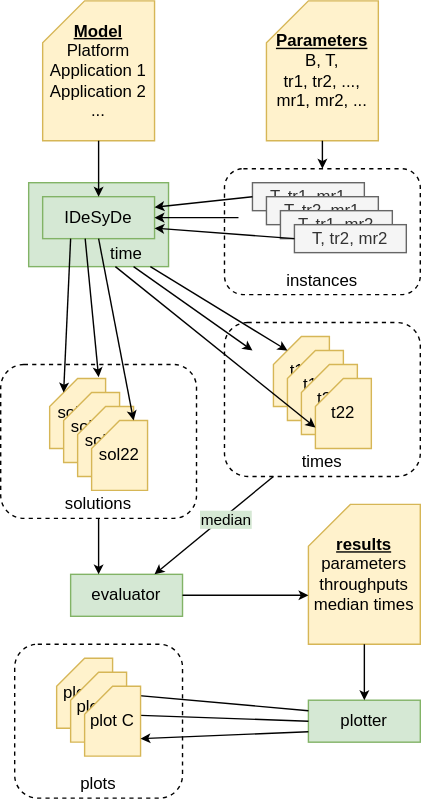
This is figures/drawio/setup.svg from notanumber-sys/Effects-of-Design-Space-Discretization, a draw.io export, as it was before one commit. Source tidied: cells renumbered, new cells last; positions are measured from the earlier drawing's top-left corner, leaving out a move shared by most shapes. Source of this version:
```xml
<mxGraphModel>
  <root>
    <mxCell id="0" />
    <mxCell id="1" parent="0" />
    <mxCell id="2" style="rounded=1;whiteSpace=wrap;html=1;labelBackgroundColor=none;dashed=1;fillColor=none;" parent="1" vertex="1">
      <mxGeometry x="10" y="460" width="120" height="110" as="geometry" />
    </mxCell>
    <mxCell id="3" style="rounded=1;whiteSpace=wrap;html=1;labelBackgroundColor=none;dashed=1;fillColor=none;" parent="1" vertex="1">
      <mxGeometry x="160" y="230" width="140" height="110" as="geometry" />
    </mxCell>
    <mxCell id="4" style="rounded=1;whiteSpace=wrap;html=1;labelBackgroundColor=none;dashed=1;fillColor=none;" parent="1" vertex="1">
      <mxGeometry x="160" y="120" width="140" height="90" as="geometry" />
    </mxCell>
    <mxCell id="5" value="&lt;blockquote style=&quot;margin: 0 0 0 40px; border: none; padding: 0px;&quot;&gt;time&lt;/blockquote&gt;" style="rounded=0;whiteSpace=wrap;html=1;fillColor=#d5e8d4;strokeColor=#82b366;verticalAlign=bottom;points=[[0,0,0,0,0],[0,0.25,0,0,0],[0,0.5,0,0,0],[0,0.75,0,0,0],[0,1,0,0,0],[0.13,1,0,0,0],[0.25,0,0,0,0],[0.25,1,0,0,0],[0.38,1,0,0,0],[0.5,0,0,0,0],[0.5,1,0,0,0],[0.62,1,0,0,0],[0.75,0,0,0,0],[0.75,1,0,0,0],[0.87,1,0,0,0],[1,0,0,0,0],[1,0.25,0,0,0],[1,0.5,0,0,0],[1,0.75,0,0,0],[1,1,0,0,0]];" parent="1" vertex="1">
      <mxGeometry x="20" y="130" width="100" height="60" as="geometry" />
    </mxCell>
    <mxCell id="6" value="&lt;b&gt;&lt;u&gt;Model&lt;/u&gt;&lt;/b&gt;&lt;br&gt;Platform&lt;br&gt;Application 1&lt;br&gt;Application 2&lt;br&gt;..." style="shape=card;whiteSpace=wrap;html=1;fillColor=#fff2cc;strokeColor=#d6b656;" parent="1" vertex="1">
      <mxGeometry x="30" width="80" height="100" as="geometry" />
    </mxCell>
    <mxCell id="7" value="IDeSyDe" style="rounded=0;whiteSpace=wrap;html=1;fillColor=#d5e8d4;strokeColor=#82b366;points=[[0,0,0,0,0],[0,0.25,0,0,0],[0,0.5,0,0,0],[0,0.75,0,0,0],[0,1,0,0,0],[0.25,0,0,0,0],[0.25,1,0,0,0],[0.38,1,0,0,0],[0.5,0,0,0,0],[0.5,1,0,0,0],[0.75,0,0,0,0],[0.75,1,0,0,0],[1,0,0,0,0],[1,0.25,0,0,0],[1,0.5,0,0,0],[1,0.75,0,0,0],[1,1,0,0,0]];" parent="1" vertex="1">
      <mxGeometry x="30" y="140" width="80" height="30" as="geometry" />
    </mxCell>
    <mxCell id="8" style="endArrow=classic;html=1;rounded=0;endSize=4;exitX=0.5;exitY=1;exitDx=0;exitDy=0;exitPerimeter=0;entryX=0.5;entryY=0;entryDx=0;entryDy=0;" parent="1" edge="1" source="6" target="7">
      <mxGeometry relative="1" as="geometry" />
    </mxCell>
    <mxCell id="9" value="&lt;u style=&quot;font-weight: bold;&quot;&gt;Parameters&lt;/u&gt;&lt;br&gt;B, T,&lt;br&gt;tr1, tr2, ...,&lt;br&gt;mr1, mr2, ..." style="shape=card;whiteSpace=wrap;html=1;fillColor=#fff2cc;strokeColor=#d6b656;" parent="1" vertex="1">
      <mxGeometry x="190" width="80" height="100" as="geometry" />
    </mxCell>
    <mxCell id="10" value="T, tr1, mr1" style="rounded=0;whiteSpace=wrap;html=1;fillColor=#f5f5f5;fontColor=#333333;strokeColor=#666666;" parent="1" vertex="1">
      <mxGeometry x="180" y="130" width="80" height="20" as="geometry" />
    </mxCell>
    <mxCell id="11" value="T, tr2, mr1" style="rounded=0;whiteSpace=wrap;html=1;fillColor=#f5f5f5;fontColor=#333333;strokeColor=#666666;" parent="1" vertex="1">
      <mxGeometry x="190" y="140" width="80" height="20" as="geometry" />
    </mxCell>
    <mxCell id="12" value="T, tr1, mr2" style="rounded=0;whiteSpace=wrap;html=1;fillColor=#f5f5f5;fontColor=#333333;strokeColor=#666666;" parent="1" vertex="1">
      <mxGeometry x="200" y="150" width="80" height="20" as="geometry" />
    </mxCell>
    <mxCell id="13" value="T, tr2, mr2" style="rounded=0;whiteSpace=wrap;html=1;fillColor=#f5f5f5;fontColor=#333333;strokeColor=#666666;" parent="1" vertex="1">
      <mxGeometry x="210" y="160" width="80" height="20" as="geometry" />
    </mxCell>
    <mxCell id="14" style="endArrow=classic;html=1;rounded=0;endSize=4;exitX=0.5;exitY=1;exitDx=0;exitDy=0;exitPerimeter=0;" parent="1" edge="1" source="9">
      <mxGeometry relative="1" as="geometry">
        <mxPoint x="230" y="120" as="targetPoint" />
      </mxGeometry>
    </mxCell>
    <mxCell id="15" value="instances" style="text;html=1;strokeColor=none;fillColor=none;align=center;verticalAlign=middle;whiteSpace=wrap;rounded=0;" parent="1" vertex="1">
      <mxGeometry x="200" y="190" width="60" height="20" as="geometry" />
    </mxCell>
    <mxCell id="16" style="endArrow=classic;html=1;rounded=0;endSize=4;exitX=0;exitY=0.5;exitDx=0;exitDy=0;entryX=1;entryY=0.25;entryDx=0;entryDy=0;" parent="1" edge="1" source="10" target="7">
      <mxGeometry relative="1" as="geometry" />
    </mxCell>
    <mxCell id="17" style="endArrow=classic;html=1;rounded=0;endSize=4;entryX=1;entryY=0.5;entryDx=0;entryDy=0;" parent="1" edge="1" target="7">
      <mxGeometry relative="1" as="geometry">
        <mxPoint x="170" y="155" as="sourcePoint" />
      </mxGeometry>
    </mxCell>
    <mxCell id="18" style="endArrow=classic;html=1;rounded=0;endSize=4;exitX=0;exitY=0.5;exitDx=0;exitDy=0;entryX=1;entryY=0.75;entryDx=0;entryDy=0;" parent="1" edge="1" source="13" target="7">
      <mxGeometry relative="1" as="geometry" />
    </mxCell>
    <mxCell id="19" value="t11" style="shape=card;whiteSpace=wrap;html=1;size=20;fillColor=#fff2cc;strokeColor=#d6b656;" parent="1" vertex="1">
      <mxGeometry x="195" y="240" width="40" height="50" as="geometry" />
    </mxCell>
    <mxCell id="20" value="t12" style="shape=card;whiteSpace=wrap;html=1;size=20;fillColor=#fff2cc;strokeColor=#d6b656;" parent="1" vertex="1">
      <mxGeometry x="205" y="250" width="40" height="50" as="geometry" />
    </mxCell>
    <mxCell id="21" value="t21" style="shape=card;whiteSpace=wrap;html=1;size=20;fillColor=#fff2cc;strokeColor=#d6b656;" parent="1" vertex="1">
      <mxGeometry x="215" y="260" width="40" height="50" as="geometry" />
    </mxCell>
    <mxCell id="22" value="t22" style="shape=card;whiteSpace=wrap;html=1;size=20;fillColor=#fff2cc;strokeColor=#d6b656;" parent="1" vertex="1">
      <mxGeometry x="225" y="270" width="40" height="50" as="geometry" />
    </mxCell>
    <mxCell id="23" style="endArrow=classic;html=1;rounded=0;endSize=4;exitX=0.87;exitY=1;exitDx=0;exitDy=0;entryX=0;entryY=0;entryDx=10;entryDy=10;entryPerimeter=0;exitPerimeter=0;" parent="1" edge="1" source="5" target="19">
      <mxGeometry relative="1" as="geometry" />
    </mxCell>
    <mxCell id="24" style="endArrow=classic;html=1;rounded=0;endSize=4;exitX=0.62;exitY=1;exitDx=0;exitDy=0;entryX=0;entryY=0;entryDx=0;entryDy=35;entryPerimeter=0;exitPerimeter=0;" parent="1" edge="1" source="5" target="22">
      <mxGeometry relative="1" as="geometry" />
    </mxCell>
    <mxCell id="25" style="endArrow=classic;html=1;rounded=0;endSize=4;exitX=0.75;exitY=1;exitDx=0;exitDy=0;exitPerimeter=0;" parent="1" edge="1" source="5">
      <mxGeometry relative="1" as="geometry">
        <mxPoint x="180" y="250" as="targetPoint" />
      </mxGeometry>
    </mxCell>
    <mxCell id="26" value="times" style="text;html=1;strokeColor=none;fillColor=none;align=center;verticalAlign=middle;whiteSpace=wrap;rounded=0;" parent="1" vertex="1">
      <mxGeometry x="200" y="320" width="60" height="20" as="geometry" />
    </mxCell>
    <mxCell id="27" style="rounded=1;whiteSpace=wrap;html=1;labelBackgroundColor=none;dashed=1;fillColor=none;" parent="1" vertex="1">
      <mxGeometry y="260" width="140" height="110" as="geometry" />
    </mxCell>
    <mxCell id="28" value="sol11" style="shape=card;whiteSpace=wrap;html=1;size=20;fillColor=#fff2cc;strokeColor=#d6b656;" parent="1" vertex="1">
      <mxGeometry x="35" y="270" width="40" height="50" as="geometry" />
    </mxCell>
    <mxCell id="29" value="sol12" style="shape=card;whiteSpace=wrap;html=1;size=20;fillColor=#fff2cc;strokeColor=#d6b656;" parent="1" vertex="1">
      <mxGeometry x="45" y="280" width="40" height="50" as="geometry" />
    </mxCell>
    <mxCell id="30" value="sol21" style="shape=card;whiteSpace=wrap;html=1;size=20;fillColor=#fff2cc;strokeColor=#d6b656;" parent="1" vertex="1">
      <mxGeometry x="55" y="290" width="40" height="50" as="geometry" />
    </mxCell>
    <mxCell id="31" value="sol22" style="shape=card;whiteSpace=wrap;html=1;size=20;fillColor=#fff2cc;strokeColor=#d6b656;" parent="1" vertex="1">
      <mxGeometry x="65" y="300" width="40" height="50" as="geometry" />
    </mxCell>
    <mxCell id="32" value="solutions" style="text;html=1;strokeColor=none;fillColor=none;align=center;verticalAlign=middle;whiteSpace=wrap;rounded=0;" parent="1" vertex="1">
      <mxGeometry x="40" y="350" width="60" height="20" as="geometry" />
    </mxCell>
    <mxCell id="33" style="endArrow=classic;html=1;rounded=0;endSize=4;entryX=0;entryY=0;entryDx=30;entryDy=0;entryPerimeter=0;exitX=0.5;exitY=1;exitDx=0;exitDy=0;exitPerimeter=0;" parent="1" edge="1" source="7" target="31">
      <mxGeometry relative="1" as="geometry" />
    </mxCell>
    <mxCell id="34" style="endArrow=classic;html=1;rounded=0;endSize=4;exitX=0.25;exitY=1;exitDx=0;exitDy=0;entryX=0;entryY=0;entryDx=10;entryDy=10;entryPerimeter=0;" parent="1" edge="1" source="7" target="28">
      <mxGeometry relative="1" as="geometry" />
    </mxCell>
    <mxCell id="35" style="endArrow=classic;html=1;rounded=0;endSize=4;exitX=0.38;exitY=1;exitDx=0;exitDy=0;entryX=0.875;entryY=-0.02;entryDx=0;entryDy=0;entryPerimeter=0;exitPerimeter=0;" parent="1" edge="1" source="7" target="28">
      <mxGeometry relative="1" as="geometry" />
    </mxCell>
    <mxCell id="36" value="evaluator" style="rounded=0;whiteSpace=wrap;html=1;fillColor=#d5e8d4;strokeColor=#82b366;" parent="1" vertex="1">
      <mxGeometry x="50" y="410" width="80" height="30" as="geometry" />
    </mxCell>
    <mxCell id="37" style="endArrow=classic;html=1;rounded=0;endSize=4;exitX=0.5;exitY=1;exitDx=0;exitDy=0;entryX=0.25;entryY=0;entryDx=0;entryDy=0;" parent="1" edge="1" source="32" target="36">
      <mxGeometry relative="1" as="geometry" />
    </mxCell>
    <mxCell id="38" style="endArrow=classic;html=1;rounded=0;endSize=4;exitX=0.25;exitY=1;exitDx=0;exitDy=0;entryX=0.75;entryY=0;entryDx=0;entryDy=0;" parent="1" edge="1" source="3" target="36">
      <mxGeometry relative="1" as="geometry" />
    </mxCell>
    <mxCell id="39" value="median" style="edgeLabel;html=1;align=center;verticalAlign=middle;labelBackgroundColor=#D5E8D4;" parent="38" vertex="1">
      <mxGeometry x="0.44" y="1" relative="1" as="geometry">
        <mxPoint x="26" y="-21" as="offset" />
      </mxGeometry>
    </mxCell>
    <mxCell id="40" value="&lt;b&gt;&lt;u&gt;results&lt;/u&gt;&lt;/b&gt;&lt;br&gt;parameters&lt;br&gt;throughputs&lt;br&gt;median times" style="shape=card;whiteSpace=wrap;html=1;fillColor=#fff2cc;strokeColor=#d6b656;" parent="1" vertex="1">
      <mxGeometry x="220" y="360" width="80" height="100" as="geometry" />
    </mxCell>
    <mxCell id="41" style="endArrow=classic;html=1;rounded=0;endSize=4;exitX=1;exitY=0.5;exitDx=0;exitDy=0;entryX=0;entryY=0;entryDx=0;entryDy=65;entryPerimeter=0;" parent="1" edge="1" source="36" target="40">
      <mxGeometry relative="1" as="geometry" />
    </mxCell>
    <mxCell id="42" value="plotter" style="rounded=0;whiteSpace=wrap;html=1;fillColor=#d5e8d4;strokeColor=#82b366;" parent="1" vertex="1">
      <mxGeometry x="220" y="500" width="80" height="30" as="geometry" />
    </mxCell>
    <mxCell id="43" value="plot A" style="shape=card;whiteSpace=wrap;html=1;size=20;fillColor=#fff2cc;strokeColor=#d6b656;" parent="1" vertex="1">
      <mxGeometry x="40" y="470" width="40" height="50" as="geometry" />
    </mxCell>
    <mxCell id="44" style="endArrow=classic;html=1;rounded=0;endSize=4;exitX=0;exitY=0.5;exitDx=0;exitDy=0;entryX=1;entryY=0.61;entryDx=0;entryDy=0;entryPerimeter=0;" parent="1" edge="1" source="42" target="46">
      <mxGeometry relative="1" as="geometry" />
    </mxCell>
    <mxCell id="45" style="endArrow=classic;html=1;rounded=0;endSize=4;exitX=0;exitY=0.25;exitDx=0;exitDy=0;entryX=1;entryY=0.5;entryDx=0;entryDy=0;entryPerimeter=0;" parent="1" edge="1" source="42" target="43">
      <mxGeometry relative="1" as="geometry" />
    </mxCell>
    <mxCell id="46" value="plot B" style="shape=card;whiteSpace=wrap;html=1;size=20;fillColor=#fff2cc;strokeColor=#d6b656;" parent="1" vertex="1">
      <mxGeometry x="50" y="480" width="40" height="50" as="geometry" />
    </mxCell>
    <mxCell id="47" value="plot C" style="shape=card;whiteSpace=wrap;html=1;size=20;fillColor=#fff2cc;strokeColor=#d6b656;points=[[0,0,0,0,20],[0,0,0,0,35],[0,0,0,10,10],[0,0,0,20,0],[0,0,0,30,0],[0,1,0,0,0],[0.5,0,0,0,0],[0.5,1,0,0,0],[1,0,0,0,0],[1,0.5,0,0,0],[1,0.75,0,0,0],[1,1,0,0,0]];" parent="1" vertex="1">
      <mxGeometry x="60" y="490" width="40" height="50" as="geometry" />
    </mxCell>
    <mxCell id="48" value="plots" style="text;html=1;strokeColor=none;fillColor=none;align=center;verticalAlign=middle;whiteSpace=wrap;rounded=0;" parent="1" vertex="1">
      <mxGeometry x="40" y="550" width="60" height="20" as="geometry" />
    </mxCell>
    <mxCell id="49" style="endArrow=classic;html=1;rounded=0;endSize=4;exitX=0;exitY=0.75;exitDx=0;exitDy=0;entryX=1;entryY=0.75;entryDx=0;entryDy=0;entryPerimeter=0;" parent="1" edge="1" source="42" target="47">
      <mxGeometry relative="1" as="geometry" />
    </mxCell>
    <mxCell id="50" style="endArrow=classic;html=1;rounded=0;endSize=4;exitX=0.5;exitY=1;exitDx=0;exitDy=0;exitPerimeter=0;entryX=0.5;entryY=0;entryDx=0;entryDy=0;" parent="1" edge="1" source="40" target="42">
      <mxGeometry relative="1" as="geometry" />
    </mxCell>
  </root>
</mxGraphModel>
```
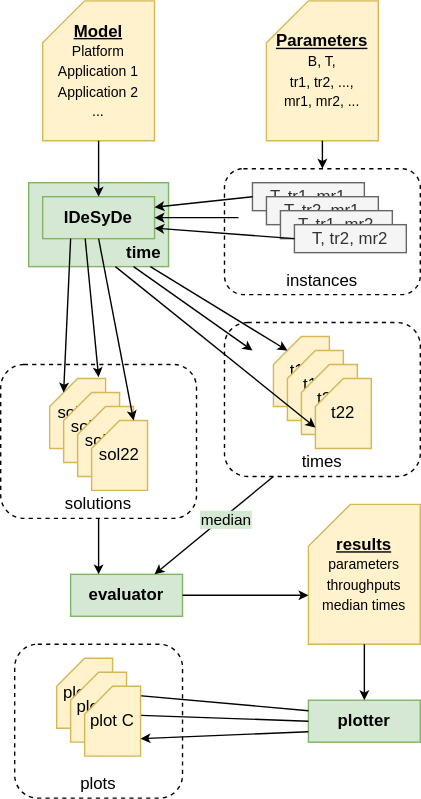
The same diagram one commit later.

Commit message:
Fixes some overfull elements

Diff of the diagram source:
```diff
@@ -11,19 +11,19 @@
     <mxCell id="4" style="rounded=1;whiteSpace=wrap;html=1;labelBackgroundColor=none;dashed=1;fillColor=none;" parent="1" vertex="1">
       <mxGeometry x="160" y="120" width="140" height="90" as="geometry" />
     </mxCell>
-    <mxCell id="5" value="&lt;blockquote style=&quot;margin: 0 0 0 40px; border: none; padding: 0px;&quot;&gt;time&lt;/blockquote&gt;" style="rounded=0;whiteSpace=wrap;html=1;fillColor=#d5e8d4;strokeColor=#82b366;verticalAlign=bottom;points=[[0,0,0,0,0],[0,0.25,0,0,0],[0,0.5,0,0,0],[0,0.75,0,0,0],[0,1,0,0,0],[0.13,1,0,0,0],[0.25,0,0,0,0],[0.25,1,0,0,0],[0.38,1,0,0,0],[0.5,0,0,0,0],[0.5,1,0,0,0],[0.62,1,0,0,0],[0.75,0,0,0,0],[0.75,1,0,0,0],[0.87,1,0,0,0],[1,0,0,0,0],[1,0.25,0,0,0],[1,0.5,0,0,0],[1,0.75,0,0,0],[1,1,0,0,0]];" parent="1" vertex="1">
+    <mxCell id="5" value="&lt;blockquote style=&quot;margin: 0 0 0 40px; border: none; padding: 0px;&quot;&gt;&lt;br&gt;&lt;/blockquote&gt;" style="rounded=0;whiteSpace=wrap;html=1;fillColor=#d5e8d4;strokeColor=#82b366;verticalAlign=bottom;points=[[0,0,0,0,0],[0,0.25,0,0,0],[0,0.5,0,0,0],[0,0.75,0,0,0],[0,1,0,0,0],[0.13,1,0,0,0],[0.25,0,0,0,0],[0.25,1,0,0,0],[0.38,1,0,0,0],[0.5,0,0,0,0],[0.5,1,0,0,0],[0.62,1,0,0,0],[0.75,0,0,0,0],[0.75,1,0,0,0],[0.87,1,0,0,0],[1,0,0,0,0],[1,0.25,0,0,0],[1,0.5,0,0,0],[1,0.75,0,0,0],[1,1,0,0,0]];" parent="1" vertex="1">
       <mxGeometry x="20" y="130" width="100" height="60" as="geometry" />
     </mxCell>
-    <mxCell id="6" value="&lt;b&gt;&lt;u&gt;Model&lt;/u&gt;&lt;/b&gt;&lt;br&gt;Platform&lt;br&gt;Application 1&lt;br&gt;Application 2&lt;br&gt;..." style="shape=card;whiteSpace=wrap;html=1;fillColor=#fff2cc;strokeColor=#d6b656;" parent="1" vertex="1">
+    <mxCell id="6" value="&lt;b&gt;&lt;u&gt;Model&lt;/u&gt;&lt;/b&gt;&lt;br&gt;&lt;font style=&quot;font-size: 10px;&quot;&gt;Platform&lt;br&gt;Application 1&lt;br&gt;Application 2&lt;br&gt;...&lt;/font&gt;" style="shape=card;whiteSpace=wrap;html=1;fillColor=#fff2cc;strokeColor=#d6b656;" parent="1" vertex="1">
       <mxGeometry x="30" width="80" height="100" as="geometry" />
     </mxCell>
-    <mxCell id="7" value="IDeSyDe" style="rounded=0;whiteSpace=wrap;html=1;fillColor=#d5e8d4;strokeColor=#82b366;points=[[0,0,0,0,0],[0,0.25,0,0,0],[0,0.5,0,0,0],[0,0.75,0,0,0],[0,1,0,0,0],[0.25,0,0,0,0],[0.25,1,0,0,0],[0.38,1,0,0,0],[0.5,0,0,0,0],[0.5,1,0,0,0],[0.75,0,0,0,0],[0.75,1,0,0,0],[1,0,0,0,0],[1,0.25,0,0,0],[1,0.5,0,0,0],[1,0.75,0,0,0],[1,1,0,0,0]];" parent="1" vertex="1">
+    <mxCell id="7" value="&lt;b&gt;IDeSyDe&lt;/b&gt;" style="rounded=0;whiteSpace=wrap;html=1;fillColor=#d5e8d4;strokeColor=#82b366;points=[[0,0,0,0,0],[0,0.25,0,0,0],[0,0.5,0,0,0],[0,0.75,0,0,0],[0,1,0,0,0],[0.25,0,0,0,0],[0.25,1,0,0,0],[0.38,1,0,0,0],[0.5,0,0,0,0],[0.5,1,0,0,0],[0.75,0,0,0,0],[0.75,1,0,0,0],[1,0,0,0,0],[1,0.25,0,0,0],[1,0.5,0,0,0],[1,0.75,0,0,0],[1,1,0,0,0]];" parent="1" vertex="1">
       <mxGeometry x="30" y="140" width="80" height="30" as="geometry" />
     </mxCell>
     <mxCell id="8" style="endArrow=classic;html=1;rounded=0;endSize=4;exitX=0.5;exitY=1;exitDx=0;exitDy=0;exitPerimeter=0;entryX=0.5;entryY=0;entryDx=0;entryDy=0;" parent="1" edge="1" source="6" target="7">
       <mxGeometry relative="1" as="geometry" />
     </mxCell>
-    <mxCell id="9" value="&lt;u style=&quot;font-weight: bold;&quot;&gt;Parameters&lt;/u&gt;&lt;br&gt;B, T,&lt;br&gt;tr1, tr2, ...,&lt;br&gt;mr1, mr2, ..." style="shape=card;whiteSpace=wrap;html=1;fillColor=#fff2cc;strokeColor=#d6b656;" parent="1" vertex="1">
+    <mxCell id="9" value="&lt;u style=&quot;font-weight: bold;&quot;&gt;Parameters&lt;/u&gt;&lt;br&gt;&lt;font style=&quot;font-size: 10px;&quot;&gt;B, T,&lt;br&gt;tr1, tr2, ...,&lt;br&gt;mr1, mr2, ...&lt;/font&gt;" style="shape=card;whiteSpace=wrap;html=1;fillColor=#fff2cc;strokeColor=#d6b656;" parent="1" vertex="1">
       <mxGeometry x="190" width="80" height="100" as="geometry" />
     </mxCell>
     <mxCell id="10" value="T, tr1, mr1" style="rounded=0;whiteSpace=wrap;html=1;fillColor=#f5f5f5;fontColor=#333333;strokeColor=#666666;" parent="1" vertex="1">
@@ -110,7 +110,7 @@
     <mxCell id="35" style="endArrow=classic;html=1;rounded=0;endSize=4;exitX=0.38;exitY=1;exitDx=0;exitDy=0;entryX=0.875;entryY=-0.02;entryDx=0;entryDy=0;entryPerimeter=0;exitPerimeter=0;" parent="1" edge="1" source="7" target="28">
       <mxGeometry relative="1" as="geometry" />
     </mxCell>
-    <mxCell id="36" value="evaluator" style="rounded=0;whiteSpace=wrap;html=1;fillColor=#d5e8d4;strokeColor=#82b366;" parent="1" vertex="1">
+    <mxCell id="36" value="&lt;b&gt;evaluator&lt;/b&gt;" style="rounded=0;whiteSpace=wrap;html=1;fillColor=#d5e8d4;strokeColor=#82b366;" parent="1" vertex="1">
       <mxGeometry x="50" y="410" width="80" height="30" as="geometry" />
     </mxCell>
     <mxCell id="37" style="endArrow=classic;html=1;rounded=0;endSize=4;exitX=0.5;exitY=1;exitDx=0;exitDy=0;entryX=0.25;entryY=0;entryDx=0;entryDy=0;" parent="1" edge="1" source="32" target="36">
@@ -124,13 +124,13 @@
         <mxPoint x="26" y="-21" as="offset" />
       </mxGeometry>
     </mxCell>
-    <mxCell id="40" value="&lt;b&gt;&lt;u&gt;results&lt;/u&gt;&lt;/b&gt;&lt;br&gt;parameters&lt;br&gt;throughputs&lt;br&gt;median times" style="shape=card;whiteSpace=wrap;html=1;fillColor=#fff2cc;strokeColor=#d6b656;" parent="1" vertex="1">
+    <mxCell id="40" value="&lt;b&gt;&lt;u&gt;results&lt;/u&gt;&lt;/b&gt;&lt;br&gt;&lt;font style=&quot;font-size: 10px;&quot;&gt;parameters&lt;br&gt;throughputs&lt;br&gt;median times&lt;/font&gt;" style="shape=card;whiteSpace=wrap;html=1;fillColor=#fff2cc;strokeColor=#d6b656;" parent="1" vertex="1">
       <mxGeometry x="220" y="360" width="80" height="100" as="geometry" />
     </mxCell>
     <mxCell id="41" style="endArrow=classic;html=1;rounded=0;endSize=4;exitX=1;exitY=0.5;exitDx=0;exitDy=0;entryX=0;entryY=0;entryDx=0;entryDy=65;entryPerimeter=0;" parent="1" edge="1" source="36" target="40">
       <mxGeometry relative="1" as="geometry" />
     </mxCell>
-    <mxCell id="42" value="plotter" style="rounded=0;whiteSpace=wrap;html=1;fillColor=#d5e8d4;strokeColor=#82b366;" parent="1" vertex="1">
+    <mxCell id="42" value="&lt;b&gt;plotter&lt;/b&gt;" style="rounded=0;whiteSpace=wrap;html=1;fillColor=#d5e8d4;strokeColor=#82b366;" parent="1" vertex="1">
       <mxGeometry x="220" y="500" width="80" height="30" as="geometry" />
     </mxCell>
     <mxCell id="43" value="plot A" style="shape=card;whiteSpace=wrap;html=1;size=20;fillColor=#fff2cc;strokeColor=#d6b656;" parent="1" vertex="1">
@@ -157,5 +157,8 @@
     <mxCell id="50" style="endArrow=classic;html=1;rounded=0;endSize=4;exitX=0.5;exitY=1;exitDx=0;exitDy=0;exitPerimeter=0;entryX=0.5;entryY=0;entryDx=0;entryDy=0;" parent="1" edge="1" source="40" target="42">
       <mxGeometry relative="1" as="geometry" />
     </mxCell>
+    <mxCell id="51" value="&lt;b&gt;time&lt;/b&gt;" style="text;html=1;strokeColor=none;fillColor=none;align=center;verticalAlign=middle;whiteSpace=wrap;rounded=0;" parent="1" vertex="1">
+      <mxGeometry x="85" y="170" width="35" height="20" as="geometry" />
+    </mxCell>
   </root>
 </mxGraphModel>
```
